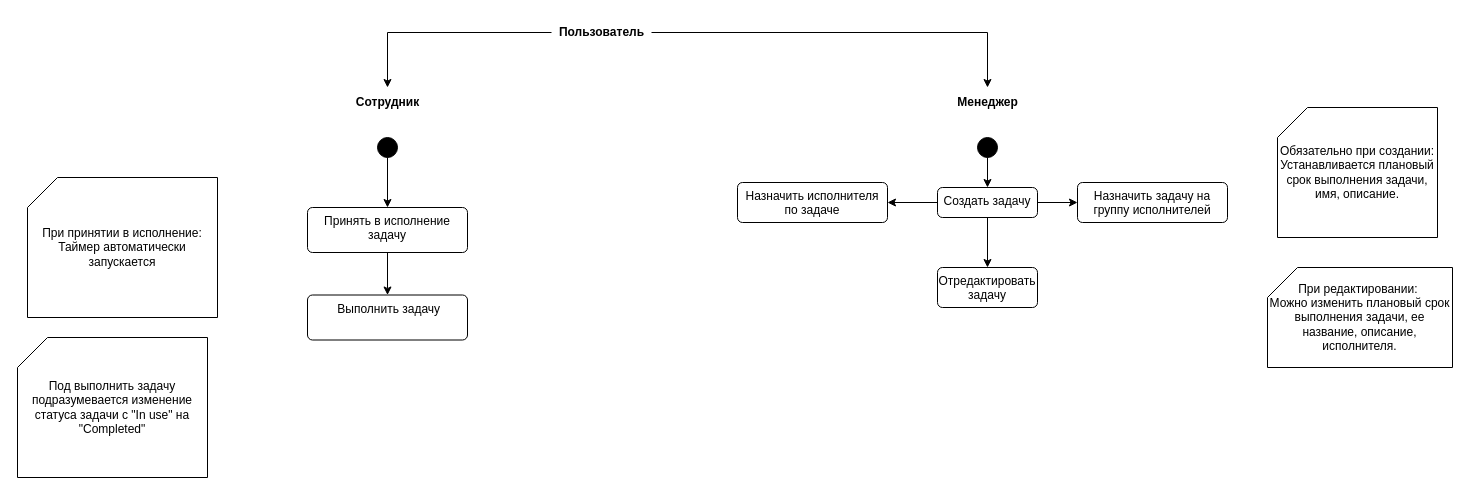
Before: StateMachineDia.drawio in hard-gainer/diploma, a draw.io diagram. Source tidied: cells renumbered, new cells numbered last; positions are measured from the earlier drawing's top-left corner, leaving out a move shared by most shapes. Both pictures are drawn from the tidied source at 100%, with x=0, y=0 at pixel (17, 17).
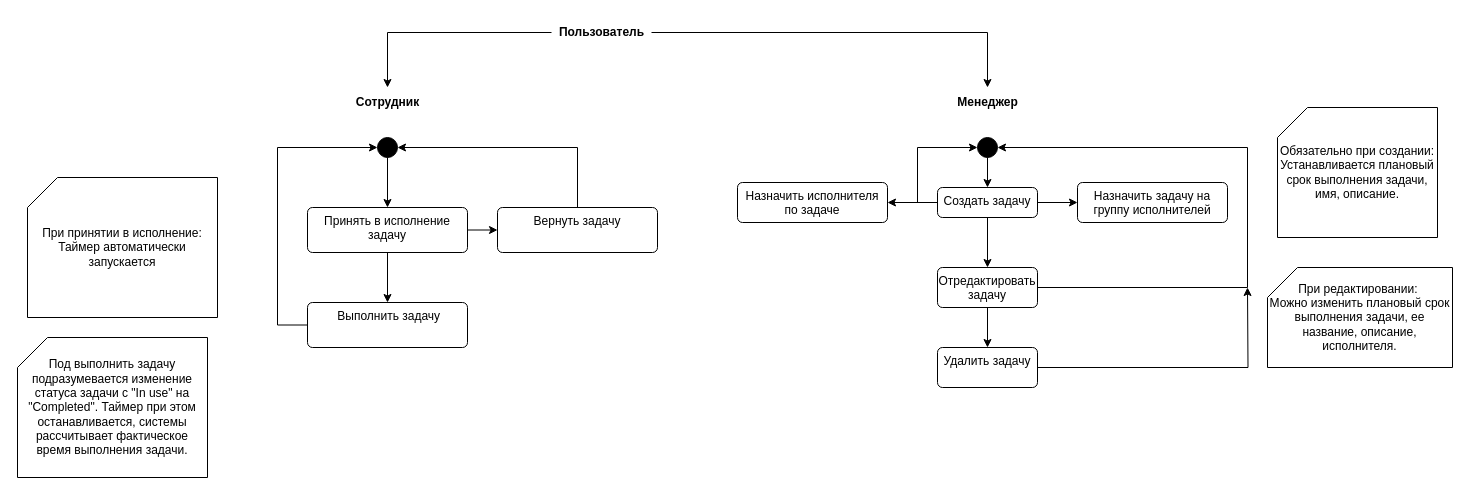
Above is the later version.

The change refers to these unchanged cells:
```xml
<mxCell id="3" style="ellipse;fillColor=strokeColor;html=1;" parent="1" vertex="1">
  <mxGeometry x="360" y="120" width="20" height="20" as="geometry" />
</mxCell>
<mxCell id="6" style="ellipse;fillColor=strokeColor;html=1;" parent="1" vertex="1">
  <mxGeometry x="960" y="120" width="20" height="20" as="geometry" />
</mxCell>
<mxCell id="11" value="Создать задачу" style="html=1;align=center;verticalAlign=top;rounded=1;absoluteArcSize=1;arcSize=10;dashed=0;whiteSpace=wrap;" parent="1" vertex="1">
  <mxGeometry x="920" y="170" width="100" height="30" as="geometry" />
</mxCell>
<mxCell id="15" value="Отредактировать задачу" style="html=1;align=center;verticalAlign=top;rounded=1;absoluteArcSize=1;arcSize=10;dashed=0;whiteSpace=wrap;" parent="1" vertex="1">
  <mxGeometry x="920" y="250" width="100" height="40" as="geometry" />
</mxCell>
<mxCell id="21" value="Принять в исполнение задачу" style="html=1;align=center;verticalAlign=top;rounded=1;absoluteArcSize=1;arcSize=10;dashed=0;whiteSpace=wrap;" parent="1" vertex="1">
  <mxGeometry x="290" y="190" width="160" height="45" as="geometry" />
</mxCell>
```

The edit, as a diff of the source:
```diff
@@
+    <mxCell id="25" style="edgeStyle=orthogonalEdgeStyle;rounded=0;jettySize=auto;html=1;exitX=0;exitY=0.5;exitDx=0;exitDy=0;entryX=0;entryY=0.5;entryDx=0;entryDy=0;" parent="1" edge="1" source="11" target="6">
+      <mxGeometry relative="1" as="geometry" />
+    </mxCell>
@@
+    <mxCell id="26" style="edgeStyle=orthogonalEdgeStyle;rounded=0;jettySize=auto;html=1;entryX=0.5;entryY=0;entryDx=0;entryDy=0;" parent="1" edge="1" source="15" target="31">
+      <mxGeometry relative="1" as="geometry" />
+    </mxCell>
+    <mxCell id="27" style="edgeStyle=orthogonalEdgeStyle;rounded=0;jettySize=auto;html=1;entryX=1;entryY=0.5;entryDx=0;entryDy=0;" parent="1" edge="1" source="15" target="6">
+      <mxGeometry relative="1" as="geometry">
+        <Array as="points">
+          <mxPoint x="1230" y="270" />
+          <mxPoint x="1230" y="130" />
+        </Array>
+      </mxGeometry>
+    </mxCell>
@@
+    <mxCell id="28" style="edgeStyle=orthogonalEdgeStyle;rounded=0;jettySize=auto;html=1;exitX=1;exitY=0.5;exitDx=0;exitDy=0;entryX=0;entryY=0.5;entryDx=0;entryDy=0;" parent="1" edge="1" source="21" target="33">
+      <mxGeometry relative="1" as="geometry" />
+    </mxCell>
@@
+    <mxCell id="29" style="edgeStyle=orthogonalEdgeStyle;rounded=0;jettySize=auto;html=1;entryX=0;entryY=0.5;entryDx=0;entryDy=0;" parent="1" edge="1" source="22" target="3">
+      <mxGeometry relative="1" as="geometry">
+        <Array as="points">
+          <mxPoint x="260" y="307" />
+          <mxPoint x="260" y="130" />
+        </Array>
+      </mxGeometry>
+    </mxCell>
     <mxCell id="22" value="&amp;nbsp;Выполнить задачу" style="html=1;align=center;verticalAlign=top;rounded=1;absoluteArcSize=1;arcSize=10;dashed=0;whiteSpace=wrap;" parent="1" vertex="1">
-      <mxGeometry x="290" y="277.5" width="160" height="45" as="geometry" />
+      <mxGeometry x="290" y="285" width="160" height="45" as="geometry" />
     </mxCell>
@@
-    <mxCell id="24" value="Под выполнить задачу подразумевается изменение статуса задачи с &quot;In use&quot; на &quot;Completed&quot;" style="shape=card;whiteSpace=wrap;html=1;" parent="1" vertex="1">
+    <mxCell id="24" value="Под выполнить задачу подразумевается изменение статуса задачи с &quot;In use&quot; на &quot;Completed&quot;. Таймер при этом останавливается, системы рассчитывает фактическое время выполнения задачи." style="shape=card;whiteSpace=wrap;html=1;" parent="1" vertex="1">
       <mxGeometry y="320" width="190" height="140" as="geometry" />
     </mxCell>
+    <mxCell id="30" style="edgeStyle=orthogonalEdgeStyle;rounded=0;jettySize=auto;html=1;" parent="1" edge="1" source="31">
+      <mxGeometry relative="1" as="geometry">
+        <mxPoint x="1230" y="270" as="targetPoint" />
+      </mxGeometry>
+    </mxCell>
+    <mxCell id="31" value="Удалить задачу" style="html=1;align=center;verticalAlign=top;rounded=1;absoluteArcSize=1;arcSize=10;dashed=0;whiteSpace=wrap;" parent="1" vertex="1">
+      <mxGeometry x="920" y="330" width="100" height="40" as="geometry" />
+    </mxCell>
+    <mxCell id="32" style="edgeStyle=orthogonalEdgeStyle;rounded=0;jettySize=auto;html=1;entryX=1;entryY=0.5;entryDx=0;entryDy=0;" parent="1" edge="1" source="33" target="3">
+      <mxGeometry relative="1" as="geometry">
+        <Array as="points">
+          <mxPoint x="560" y="130" />
+        </Array>
+      </mxGeometry>
+    </mxCell>
+    <mxCell id="33" value="Вернуть задачу" style="html=1;align=center;verticalAlign=top;rounded=1;absoluteArcSize=1;arcSize=10;dashed=0;whiteSpace=wrap;" parent="1" vertex="1">
+      <mxGeometry x="480" y="190" width="160" height="45" as="geometry" />
+    </mxCell>
```
